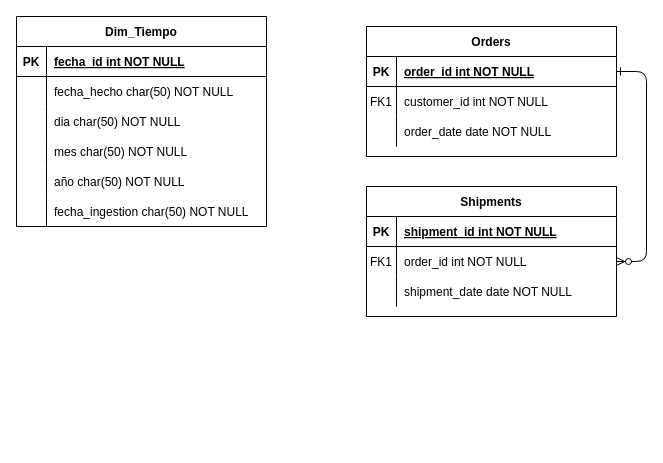
JonhNino/Book-s keeps this draw.io diagram as Diagrama sin título.drawio. Above is the earlier version. Source tidied: cells renumbered, new cells numbered last; positions are measured from the earlier drawing's top-left corner, leaving out a move shared by most shapes. Both pictures are drawn from the tidied source at 100%, with x=0, y=0 at pixel (16, 16).
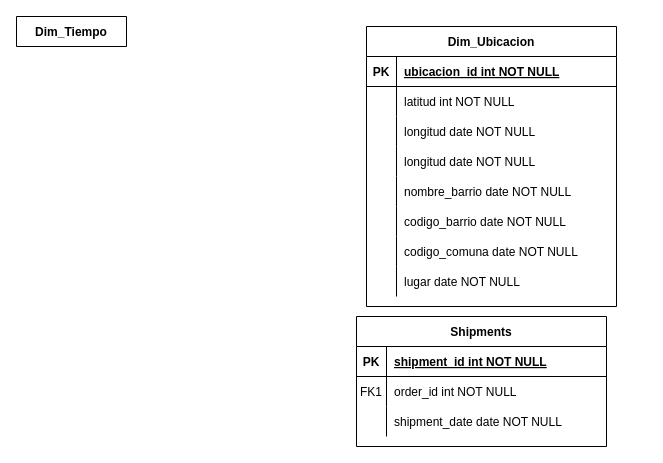
The same diagram, later.

Commit message:
Dim_ubicacion

Unchanged cells that the change refers to:
```xml
<mxCell id="4" style="shape=partialRectangle;fillColor=none;points=[[0,0.5],[1,0.5]];portConstraint=eastwest;top=0;left=0;right=0;bottom=1;" parent="3" vertex="1">
  <mxGeometry y="30" width="250" height="30" as="geometry" />
</mxCell>
<mxCell id="7" style="shape=partialRectangle;fillColor=none;top=0;left=0;right=0;bottom=0;" parent="3" vertex="1">
  <mxGeometry y="60" width="250" height="30" as="geometry" />
</mxCell>
<mxCell id="10" style="shape=partialRectangle;fillColor=none;top=0;left=0;right=0;bottom=0;" parent="3" vertex="1">
  <mxGeometry y="90" width="250" height="30" as="geometry" />
</mxCell>
<mxCell id="17" style="shape=partialRectangle;fillColor=none;points=[[0,0.5],[1,0.5]];portConstraint=eastwest;top=0;left=0;right=0;bottom=0;" parent="13" vertex="1">
  <mxGeometry y="60" width="250" height="30" as="geometry" />
</mxCell>
```

The edit, as a diff of the source:
```diff
@@
-    <mxCell id="2" style="edgeStyle=entityRelationEdgeStyle;endArrow=ERzeroToMany;startArrow=ERone;endFill=1;startFill=0;" parent="1" edge="1" source="4" target="17">
-      <mxGeometry relative="1" as="geometry" />
-    </mxCell>
-    <mxCell id="3" value="Orders" style="shape=table;startSize=30;childLayout=tableLayout;rowLines=0;fontStyle=1;align=center;" parent="1" vertex="1">
-      <mxGeometry x="350" y="10" width="250" height="130" as="geometry" />
+    <mxCell id="3" value="Dim_Ubicacion" style="shape=table;startSize=30;childLayout=tableLayout;rowLines=0;fontStyle=1;align=center;" parent="1" vertex="1">
+      <mxGeometry x="350" y="10" width="250" height="280" as="geometry" />
     </mxCell>
@@
-    <mxCell id="6" value="order_id int NOT NULL " style="shape=partialRectangle;overflow=hidden;fillColor=none;top=0;left=0;bottom=0;right=0;align=left;spacingLeft=6;fontStyle=5;" parent="4" vertex="1">
+    <mxCell id="6" value="ubicacion_id int NOT NULL " style="shape=partialRectangle;overflow=hidden;fillColor=none;top=0;left=0;bottom=0;right=0;align=left;spacingLeft=6;fontStyle=5;" parent="4" vertex="1">
       <mxGeometry x="30" width="220" height="30" as="geometry" />
     </mxCell>
@@
-    <mxCell id="8" value="FK1" style="shape=partialRectangle;overflow=hidden;fillColor=none;top=0;left=0;bottom=0;right=0;" parent="7" vertex="1">
+    <mxCell id="8" style="shape=partialRectangle;overflow=hidden;fillColor=none;top=0;left=0;bottom=0;right=0;" parent="7" vertex="1">
       <mxGeometry width="30" height="30" as="geometry" />
     </mxCell>
-    <mxCell id="9" value="customer_id int NOT NULL" style="shape=partialRectangle;overflow=hidden;fillColor=none;top=0;left=0;bottom=0;right=0;align=left;spacingLeft=6;" parent="7" vertex="1">
+    <mxCell id="9" value="latitud int NOT NULL" style="shape=partialRectangle;overflow=hidden;fillColor=none;top=0;left=0;bottom=0;right=0;align=left;spacingLeft=6;" parent="7" vertex="1">
       <mxGeometry x="30" width="220" height="30" as="geometry" />
     </mxCell>
@@
-    <mxCell id="12" value="order_date date NOT NULL" style="shape=partialRectangle;overflow=hidden;fillColor=none;top=0;left=0;bottom=0;right=0;align=left;spacingLeft=6;" parent="10" vertex="1">
+    <mxCell id="12" value="longitud date NOT NULL" style="shape=partialRectangle;overflow=hidden;fillColor=none;top=0;left=0;bottom=0;right=0;align=left;spacingLeft=6;" parent="10" vertex="1">
       <mxGeometry x="30" width="220" height="30" as="geometry" />
     </mxCell>
+    <mxCell id="33" style="shape=partialRectangle;fillColor=none;top=0;left=0;right=0;bottom=0;" parent="3" vertex="1">
+      <mxGeometry y="120" width="250" height="30" as="geometry" />
+    </mxCell>
+    <mxCell id="42" style="shape=partialRectangle;overflow=hidden;fillColor=none;top=0;left=0;bottom=0;right=0;" parent="33" vertex="1">
+      <mxGeometry width="30" height="30" as="geometry" />
+    </mxCell>
+    <mxCell id="43" value="longitud date NOT NULL" style="shape=partialRectangle;overflow=hidden;fillColor=none;top=0;left=0;bottom=0;right=0;align=left;spacingLeft=6;" parent="33" vertex="1">
+      <mxGeometry x="30" width="220" height="30" as="geometry" />
+    </mxCell>
+    <mxCell id="36" style="shape=partialRectangle;fillColor=none;top=0;left=0;right=0;bottom=0;" parent="3" vertex="1">
+      <mxGeometry y="150" width="250" height="30" as="geometry" />
+    </mxCell>
+    <mxCell id="44" style="shape=partialRectangle;overflow=hidden;fillColor=none;top=0;left=0;bottom=0;right=0;" parent="36" vertex="1">
+      <mxGeometry width="30" height="30" as="geometry" />
+    </mxCell>
+    <mxCell id="45" value="nombre_barrio date NOT NULL" style="shape=partialRectangle;overflow=hidden;fillColor=none;top=0;left=0;bottom=0;right=0;align=left;spacingLeft=6;" parent="36" vertex="1">
+      <mxGeometry x="30" width="220" height="30" as="geometry" />
+    </mxCell>
+    <mxCell id="39" style="shape=partialRectangle;fillColor=none;top=0;left=0;right=0;bottom=0;" parent="3" vertex="1">
+      <mxGeometry y="180" width="250" height="30" as="geometry" />
+    </mxCell>
+    <mxCell id="46" style="shape=partialRectangle;overflow=hidden;fillColor=none;top=0;left=0;bottom=0;right=0;" parent="39" vertex="1">
+      <mxGeometry width="30" height="30" as="geometry" />
+    </mxCell>
+    <mxCell id="47" value="codigo_barrio date NOT NULL" style="shape=partialRectangle;overflow=hidden;fillColor=none;top=0;left=0;bottom=0;right=0;align=left;spacingLeft=6;" parent="39" vertex="1">
+      <mxGeometry x="30" width="220" height="30" as="geometry" />
+    </mxCell>
+    <mxCell id="48" style="shape=partialRectangle;fillColor=none;top=0;left=0;right=0;bottom=0;" parent="3" vertex="1">
+      <mxGeometry y="210" width="250" height="30" as="geometry" />
+    </mxCell>
+    <mxCell id="49" style="shape=partialRectangle;overflow=hidden;fillColor=none;top=0;left=0;bottom=0;right=0;" parent="48" vertex="1">
+      <mxGeometry width="30" height="30" as="geometry" />
+    </mxCell>
+    <mxCell id="50" value="codigo_comuna date NOT NULL" style="shape=partialRectangle;overflow=hidden;fillColor=none;top=0;left=0;bottom=0;right=0;align=left;spacingLeft=6;" parent="48" vertex="1">
+      <mxGeometry x="30" width="220" height="30" as="geometry" />
+    </mxCell>
+    <mxCell id="51" style="shape=partialRectangle;fillColor=none;top=0;left=0;right=0;bottom=0;" parent="3" vertex="1">
+      <mxGeometry y="240" width="250" height="30" as="geometry" />
+    </mxCell>
+    <mxCell id="52" style="shape=partialRectangle;overflow=hidden;fillColor=none;top=0;left=0;bottom=0;right=0;" parent="51" vertex="1">
+      <mxGeometry width="30" height="30" as="geometry" />
+    </mxCell>
+    <mxCell id="53" value="lugar date NOT NULL" style="shape=partialRectangle;overflow=hidden;fillColor=none;top=0;left=0;bottom=0;right=0;align=left;spacingLeft=6;" parent="51" vertex="1">
+      <mxGeometry x="30" width="220" height="30" as="geometry" />
+    </mxCell>
     <mxCell id="13" value="Shipments" style="shape=table;startSize=30;childLayout=tableLayout;rowLines=0;fontStyle=1;align=center;" parent="1" vertex="1">
-      <mxGeometry x="350" y="170" width="250" height="130" as="geometry" />
+      <mxGeometry x="340" y="300" width="250" height="130" as="geometry" />
     </mxCell>
@@
-    <mxCell id="23" value="Dim_Tiempo" style="shape=table;startSize=30;childLayout=tableLayout;rowLines=0;fontStyle=1;align=center;" parent="1" vertex="1">
-      <mxGeometry width="250" height="210" as="geometry" />
+    <mxCell id="23" value="Dim_Tiempo" style="shape=table;startSize=30;childLayout=tableLayout;rowLines=0;fontStyle=1;align=center;" parent="1" vertex="1" collapsed="1">
+      <mxGeometry width="110" height="30" as="geometry" />
     </mxCell>
-    <mxCell id="24" style="shape=partialRectangle;fillColor=none;top=0;left=0;right=0;bottom=1;" parent="23" vertex="1">
-      <mxGeometry y="30" width="250" height="30" as="geometry" />
-    </mxCell>
-    <mxCell id="25" value="PK" style="shape=partialRectangle;overflow=hidden;fillColor=none;top=0;left=0;bottom=0;right=0;fontStyle=1;" parent="24" vertex="1">
-      <mxGeometry width="30" height="30" as="geometry" />
-    </mxCell>
-    <mxCell id="26" value="fecha_id int NOT NULL " style="shape=partialRectangle;overflow=hidden;fillColor=none;top=0;left=0;bottom=0;right=0;align=left;spacingLeft=6;fontStyle=5;" parent="24" vertex="1">
-      <mxGeometry x="30" width="220" height="30" as="geometry" />
-    </mxCell>
-    <mxCell id="27" style="shape=partialRectangle;fillColor=none;top=0;left=0;right=0;bottom=0;" parent="23" vertex="1">
-      <mxGeometry y="60" width="250" height="30" as="geometry" />
-    </mxCell>
-    <mxCell id="28" style="shape=partialRectangle;overflow=hidden;fillColor=none;top=0;left=0;bottom=0;right=0;" parent="27" vertex="1">
-      <mxGeometry width="30" height="30" as="geometry" />
-    </mxCell>
-    <mxCell id="29" value="fecha_hecho char(50) NOT NULL" style="shape=partialRectangle;overflow=hidden;fillColor=none;top=0;left=0;bottom=0;right=0;align=left;spacingLeft=6;" parent="27" vertex="1">
-      <mxGeometry x="30" width="220" height="30" as="geometry" />
-    </mxCell>
-    <mxCell id="30" style="shape=partialRectangle;fillColor=none;top=0;left=0;right=0;bottom=0;" parent="23" vertex="1">
-      <mxGeometry y="90" width="250" height="30" as="geometry" />
-    </mxCell>
-    <mxCell id="31" style="shape=partialRectangle;overflow=hidden;fillColor=none;top=0;left=0;bottom=0;right=0;" parent="30" vertex="1">
-      <mxGeometry width="30" height="30" as="geometry" />
-    </mxCell>
-    <mxCell id="32" value="dia char(50) NOT NULL" style="shape=partialRectangle;overflow=hidden;fillColor=none;top=0;left=0;bottom=0;right=0;align=left;spacingLeft=6;" parent="30" vertex="1">
-      <mxGeometry x="30" width="220" height="30" as="geometry" />
-    </mxCell>
-    <mxCell id="33" style="shape=partialRectangle;fillColor=none;top=0;left=0;right=0;bottom=0;" parent="23" vertex="1">
-      <mxGeometry y="120" width="250" height="30" as="geometry" />
-    </mxCell>
-    <mxCell id="34" style="shape=partialRectangle;overflow=hidden;fillColor=none;top=0;left=0;bottom=0;right=0;" parent="33" vertex="1">
-      <mxGeometry width="30" height="30" as="geometry" />
-    </mxCell>
-    <mxCell id="35" value="mes char(50) NOT NULL" style="shape=partialRectangle;overflow=hidden;fillColor=none;top=0;left=0;bottom=0;right=0;align=left;spacingLeft=6;" parent="33" vertex="1">
-      <mxGeometry x="30" width="220" height="30" as="geometry" />
-    </mxCell>
-    <mxCell id="36" style="shape=partialRectangle;fillColor=none;top=0;left=0;right=0;bottom=0;" parent="23" vertex="1">
-      <mxGeometry y="150" width="250" height="30" as="geometry" />
-    </mxCell>
-    <mxCell id="37" style="shape=partialRectangle;overflow=hidden;fillColor=none;top=0;left=0;bottom=0;right=0;" parent="36" vertex="1">
-      <mxGeometry width="30" height="30" as="geometry" />
-    </mxCell>
-    <mxCell id="38" value="año char(50) NOT NULL" style="shape=partialRectangle;overflow=hidden;fillColor=none;top=0;left=0;bottom=0;right=0;align=left;spacingLeft=6;" parent="36" vertex="1">
-      <mxGeometry x="30" width="220" height="30" as="geometry" />
-    </mxCell>
-    <mxCell id="39" style="shape=partialRectangle;fillColor=none;top=0;left=0;right=0;bottom=0;" parent="23" vertex="1">
-      <mxGeometry y="180" width="250" height="30" as="geometry" />
-    </mxCell>
-    <mxCell id="40" style="shape=partialRectangle;overflow=hidden;fillColor=none;top=0;left=0;bottom=0;right=0;" parent="39" vertex="1">
-      <mxGeometry width="30" height="30" as="geometry" />
-    </mxCell>
-    <mxCell id="41" value="fecha_ingestion char(50) NOT NULL" style="shape=partialRectangle;overflow=hidden;fillColor=none;top=0;left=0;bottom=0;right=0;align=left;spacingLeft=6;" parent="39" vertex="1">
-      <mxGeometry x="30" width="220" height="30" as="geometry" />
-    </mxCell>
```
